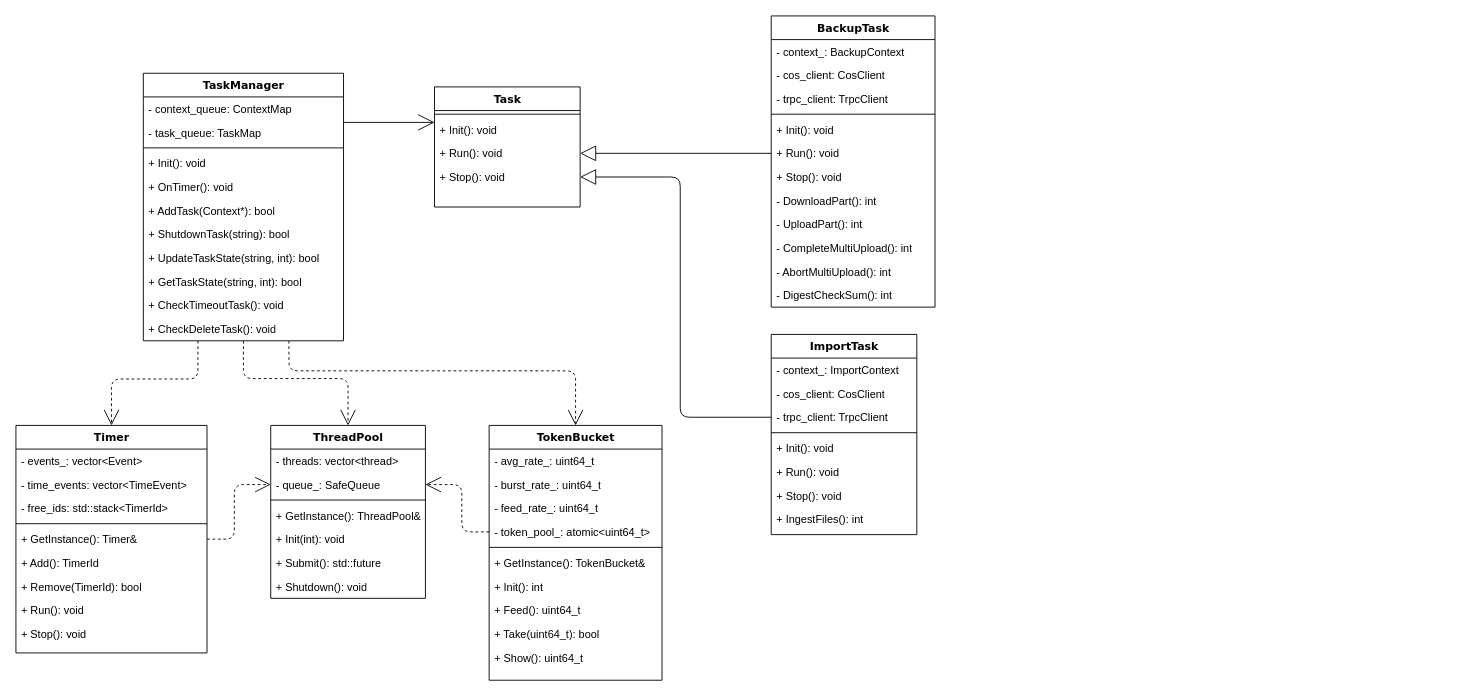
Before: Untitled Diagram.drawio in darrenyan/mcp-, a draw.io diagram. Source tidied: cells renumbered, new cells numbered last; positions are measured from the earlier drawing's top-left corner, leaving out a move shared by most shapes. Both pictures are drawn from the tidied source at 91%, with x=0, y=0 at pixel (15, 15).
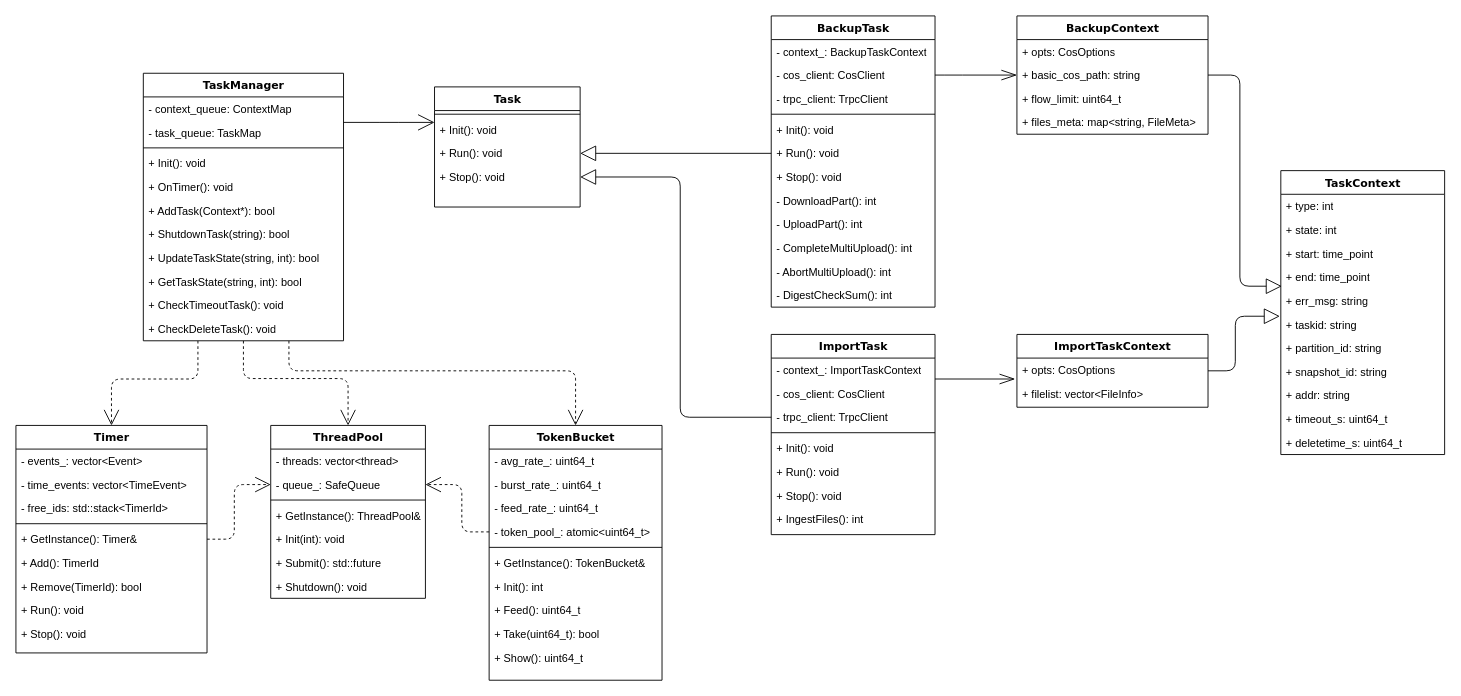
The same diagram, later.

The change refers to these unchanged cells:
```xml
<mxCell id="39" value="BackupTask" style="swimlane;html=1;fontStyle=1;align=center;verticalAlign=top;horizontal=1;startSize=26;swimlaneFillColor=#ffffff;rounded=0;shadow=0;comic=0;labelBackgroundColor=none;strokeWidth=1;fillColor=none;fontFamily=Verdana;fontSize=12;" parent="1" vertex="1">
  <mxGeometry x="830" width="180" height="320" as="geometry" />
</mxCell>
```

Diff of the diagram source:
```diff
@@
     <mxCell id="30" value="ImportTask" style="swimlane;html=1;fontStyle=1;align=center;verticalAlign=top;horizontal=1;startSize=26;swimlaneFillColor=#ffffff;rounded=0;shadow=0;comic=0;labelBackgroundColor=none;strokeWidth=1;fillColor=none;fontFamily=Verdana;fontSize=12;" parent="1" vertex="1">
-      <mxGeometry x="830" y="350" width="160" height="220" as="geometry" />
+      <mxGeometry x="830" y="350" width="180" height="220" as="geometry" />
     </mxCell>
-    <mxCell id="31" value="- context_: ImportContext" style="text;html=1;strokeColor=none;fillColor=none;align=left;verticalAlign=top;spacingLeft=4;spacingRight=4;whiteSpace=wrap;overflow=hidden;" parent="30" vertex="1">
-      <mxGeometry y="26" width="160" height="26" as="geometry" />
+    <mxCell id="31" value="- context_: ImportTaskContext" style="text;html=1;strokeColor=none;fillColor=none;align=left;verticalAlign=top;spacingLeft=4;spacingRight=4;whiteSpace=wrap;overflow=hidden;" parent="30" vertex="1">
+      <mxGeometry y="26" width="180" height="26" as="geometry" />
     </mxCell>
     <mxCell id="32" value="- cos_client: CosClient" style="text;html=1;strokeColor=none;fillColor=none;align=left;verticalAlign=top;spacingLeft=4;spacingRight=4;whiteSpace=wrap;overflow=hidden;" parent="30" vertex="1">
-      <mxGeometry y="52" width="160" height="26" as="geometry" />
+      <mxGeometry y="52" width="180" height="26" as="geometry" />
     </mxCell>
     <mxCell id="33" value="- trpc_client: TrpcClient" style="text;html=1;strokeColor=none;fillColor=none;align=left;verticalAlign=top;spacingLeft=4;spacingRight=4;whiteSpace=wrap;overflow=hidden;points=[[0,0.5],[1,0.5]];portConstraint=eastwest;" parent="30" vertex="1">
-      <mxGeometry y="78" width="160" height="26" as="geometry" />
+      <mxGeometry y="78" width="180" height="26" as="geometry" />
     </mxCell>
     <mxCell id="34" style="line;html=1;strokeWidth=1;fillColor=none;align=left;verticalAlign=middle;spacingTop=-1;spacingLeft=3;spacingRight=3;labelPosition=right;" parent="30" vertex="1">
-      <mxGeometry y="104" width="160" height="8" as="geometry" />
+      <mxGeometry y="104" width="180" height="8" as="geometry" />
     </mxCell>
     <mxCell id="35" value="+ Init(): void" style="text;html=1;strokeColor=none;fillColor=none;align=left;verticalAlign=top;spacingLeft=4;spacingRight=4;whiteSpace=wrap;overflow=hidden;" parent="30" vertex="1">
-      <mxGeometry y="112" width="160" height="26" as="geometry" />
+      <mxGeometry y="112" width="180" height="26" as="geometry" />
     </mxCell>
     <mxCell id="36" value="+ Run(): void" style="text;html=1;strokeColor=none;fillColor=none;align=left;verticalAlign=top;spacingLeft=4;spacingRight=4;whiteSpace=wrap;overflow=hidden;" parent="30" vertex="1">
-      <mxGeometry y="138" width="160" height="26" as="geometry" />
+      <mxGeometry y="138" width="180" height="26" as="geometry" />
     </mxCell>
     <mxCell id="37" value="+ Stop(): void" style="text;html=1;strokeColor=none;fillColor=none;align=left;verticalAlign=top;spacingLeft=4;spacingRight=4;whiteSpace=wrap;overflow=hidden;" parent="30" vertex="1">
-      <mxGeometry y="164" width="160" height="26" as="geometry" />
+      <mxGeometry y="164" width="180" height="26" as="geometry" />
     </mxCell>
     <mxCell id="38" value="+ IngestFiles(): int" style="text;html=1;strokeColor=none;fillColor=none;align=left;verticalAlign=top;spacingLeft=4;spacingRight=4;whiteSpace=wrap;overflow=hidden;" parent="30" vertex="1">
-      <mxGeometry y="190" width="160" height="26" as="geometry" />
+      <mxGeometry y="190" width="180" height="26" as="geometry" />
     </mxCell>
+    <mxCell id="78" style="edgeStyle=orthogonalEdgeStyle;rounded=1;sketch=0;jettySize=auto;html=1;shadow=0;endArrow=openThin;endFill=0;endSize=15;strokeWidth=1;" parent="1" edge="1" source="39" target="93">
+      <mxGeometry relative="1" as="geometry">
+        <Array as="points">
+          <mxPoint x="1030" y="65" />
+          <mxPoint x="1030" y="65" />
+        </Array>
+      </mxGeometry>
+    </mxCell>
@@
-    <mxCell id="40" value="- context_: BackupContext" style="text;html=1;strokeColor=none;fillColor=none;align=left;verticalAlign=top;spacingLeft=4;spacingRight=4;whiteSpace=wrap;overflow=hidden;" parent="39" vertex="1">
+    <mxCell id="40" value="- context_: BackupTaskContext" style="text;html=1;strokeColor=none;fillColor=none;align=left;verticalAlign=top;spacingLeft=4;spacingRight=4;whiteSpace=wrap;overflow=hidden;" parent="39" vertex="1">
       <mxGeometry y="26" width="180" height="26" as="geometry" />
     </mxCell>
@@
+    <mxCell id="79" value="TaskContext" style="swimlane;html=1;fontStyle=1;align=center;verticalAlign=top;horizontal=1;startSize=26;swimlaneFillColor=#ffffff;rounded=0;shadow=0;comic=0;labelBackgroundColor=none;strokeWidth=1;fillColor=none;fontFamily=Verdana;fontSize=12;" parent="1" vertex="1">
+      <mxGeometry x="1390" y="170" width="180" height="312" as="geometry" />
+    </mxCell>
+    <mxCell id="80" value="+ type: int" style="text;html=1;strokeColor=none;fillColor=none;align=left;verticalAlign=top;spacingLeft=4;spacingRight=4;whiteSpace=wrap;overflow=hidden;" parent="79" vertex="1">
+      <mxGeometry y="26" width="180" height="26" as="geometry" />
+    </mxCell>
+    <mxCell id="81" value="+ state: int" style="text;html=1;strokeColor=none;fillColor=none;align=left;verticalAlign=top;spacingLeft=4;spacingRight=4;whiteSpace=wrap;overflow=hidden;" parent="79" vertex="1">
+      <mxGeometry y="52" width="180" height="26" as="geometry" />
+    </mxCell>
+    <mxCell id="82" value="+ start: time_point" style="text;html=1;strokeColor=none;fillColor=none;align=left;verticalAlign=top;spacingLeft=4;spacingRight=4;whiteSpace=wrap;overflow=hidden;" parent="79" vertex="1">
+      <mxGeometry y="78" width="180" height="26" as="geometry" />
+    </mxCell>
+    <mxCell id="83" value="+ end: time_point" style="text;html=1;strokeColor=none;fillColor=none;align=left;verticalAlign=top;spacingLeft=4;spacingRight=4;whiteSpace=wrap;overflow=hidden;" parent="79" vertex="1">
+      <mxGeometry y="104" width="180" height="26" as="geometry" />
+    </mxCell>
+    <mxCell id="84" value="+ err_msg: string" style="text;html=1;strokeColor=none;fillColor=none;align=left;verticalAlign=top;spacingLeft=4;spacingRight=4;whiteSpace=wrap;overflow=hidden;points=[[0,0.5],[1,0.5]];portConstraint=eastwest;" parent="79" vertex="1">
+      <mxGeometry y="130" width="180" height="26" as="geometry" />
+    </mxCell>
+    <mxCell id="85" value="+ taskid: string" style="text;html=1;strokeColor=none;fillColor=none;align=left;verticalAlign=top;spacingLeft=4;spacingRight=4;whiteSpace=wrap;overflow=hidden;points=[[0,0.5],[1,0.5]];portConstraint=eastwest;" parent="79" vertex="1">
+      <mxGeometry y="156" width="180" height="26" as="geometry" />
+    </mxCell>
+    <mxCell id="86" value="+ partition_id: string" style="text;html=1;strokeColor=none;fillColor=none;align=left;verticalAlign=top;spacingLeft=4;spacingRight=4;whiteSpace=wrap;overflow=hidden;" parent="79" vertex="1">
+      <mxGeometry y="182" width="180" height="26" as="geometry" />
+    </mxCell>
+    <mxCell id="87" value="+ snapshot_id: string" style="text;html=1;strokeColor=none;fillColor=none;align=left;verticalAlign=top;spacingLeft=4;spacingRight=4;whiteSpace=wrap;overflow=hidden;" parent="79" vertex="1">
+      <mxGeometry y="208" width="180" height="26" as="geometry" />
+    </mxCell>
+    <mxCell id="88" value="+ addr: string" style="text;html=1;strokeColor=none;fillColor=none;align=left;verticalAlign=top;spacingLeft=4;spacingRight=4;whiteSpace=wrap;overflow=hidden;" parent="79" vertex="1">
+      <mxGeometry y="234" width="180" height="26" as="geometry" />
+    </mxCell>
+    <mxCell id="89" value="+ timeout_s: uint64_t" style="text;html=1;strokeColor=none;fillColor=none;align=left;verticalAlign=top;spacingLeft=4;spacingRight=4;whiteSpace=wrap;overflow=hidden;" parent="79" vertex="1">
+      <mxGeometry y="260" width="180" height="26" as="geometry" />
+    </mxCell>
+    <mxCell id="90" value="+ deletetime_s: uint64_t" style="text;html=1;strokeColor=none;fillColor=none;align=left;verticalAlign=top;spacingLeft=4;spacingRight=4;whiteSpace=wrap;overflow=hidden;" parent="79" vertex="1">
+      <mxGeometry y="286" width="180" height="22" as="geometry" />
+    </mxCell>
+    <mxCell id="91" value="BackupContext" style="swimlane;html=1;fontStyle=1;align=center;verticalAlign=top;horizontal=1;startSize=26;swimlaneFillColor=#ffffff;rounded=0;shadow=0;comic=0;labelBackgroundColor=none;strokeWidth=1;fillColor=none;fontFamily=Verdana;fontSize=12;" parent="1" vertex="1">
+      <mxGeometry x="1100" width="210" height="130" as="geometry" />
+    </mxCell>
+    <mxCell id="92" value="+ opts: CosOptions" style="text;html=1;strokeColor=none;fillColor=none;align=left;verticalAlign=top;spacingLeft=4;spacingRight=4;whiteSpace=wrap;overflow=hidden;" parent="91" vertex="1">
+      <mxGeometry y="26" width="210" height="26" as="geometry" />
+    </mxCell>
+    <mxCell id="93" value="+ basic_cos_path: string" style="text;html=1;strokeColor=none;fillColor=none;align=left;verticalAlign=top;spacingLeft=4;spacingRight=4;whiteSpace=wrap;overflow=hidden;points=[[0,0.5],[1,0.5]];portConstraint=eastwest;" parent="91" vertex="1">
+      <mxGeometry y="52" width="210" height="26" as="geometry" />
+    </mxCell>
+    <mxCell id="94" value="+ flow_limit: uint64_t" style="text;html=1;strokeColor=none;fillColor=none;align=left;verticalAlign=top;spacingLeft=4;spacingRight=4;whiteSpace=wrap;overflow=hidden;" parent="91" vertex="1">
+      <mxGeometry y="78" width="210" height="26" as="geometry" />
+    </mxCell>
+    <mxCell id="95" value="+ files_meta: map&amp;lt;string, FileMeta&amp;gt;" style="text;html=1;strokeColor=none;fillColor=none;align=left;verticalAlign=top;spacingLeft=4;spacingRight=4;whiteSpace=wrap;overflow=hidden;" parent="91" vertex="1">
+      <mxGeometry y="104" width="210" height="26" as="geometry" />
+    </mxCell>
+    <mxCell id="96" style="edgeStyle=orthogonalEdgeStyle;rounded=1;sketch=0;jettySize=auto;html=1;entryX=-0.006;entryY=0.154;entryDx=0;entryDy=0;entryPerimeter=0;shadow=0;endArrow=block;endFill=0;endSize=15;strokeWidth=1;" parent="1" edge="1" source="97" target="85">
+      <mxGeometry relative="1" as="geometry">
+        <Array as="points">
+          <mxPoint x="1340" y="390" />
+          <mxPoint x="1340" y="330" />
+        </Array>
+      </mxGeometry>
+    </mxCell>
+    <mxCell id="97" value="ImportTaskContext" style="swimlane;html=1;fontStyle=1;align=center;verticalAlign=top;horizontal=1;startSize=26;swimlaneFillColor=#ffffff;rounded=0;shadow=0;comic=0;labelBackgroundColor=none;strokeWidth=1;fillColor=none;fontFamily=Verdana;fontSize=12;" parent="1" vertex="1">
+      <mxGeometry x="1100" y="350" width="210" height="80" as="geometry" />
+    </mxCell>
+    <mxCell id="98" value="+ opts: CosOptions" style="text;html=1;strokeColor=none;fillColor=none;align=left;verticalAlign=top;spacingLeft=4;spacingRight=4;whiteSpace=wrap;overflow=hidden;" parent="97" vertex="1">
+      <mxGeometry y="26" width="210" height="26" as="geometry" />
+    </mxCell>
+    <mxCell id="99" value="+ filelist: vector&amp;lt;FileInfo&amp;gt;" style="text;html=1;strokeColor=none;fillColor=none;align=left;verticalAlign=top;spacingLeft=4;spacingRight=4;whiteSpace=wrap;overflow=hidden;" parent="97" vertex="1">
+      <mxGeometry y="52" width="210" height="26" as="geometry" />
+    </mxCell>
+    <mxCell id="100" style="edgeStyle=orthogonalEdgeStyle;rounded=1;sketch=0;jettySize=auto;html=1;entryX=0.006;entryY=-0.115;entryDx=0;entryDy=0;entryPerimeter=0;shadow=0;endArrow=block;endFill=0;endSize=15;strokeWidth=1;" parent="1" edge="1" source="93" target="84">
+      <mxGeometry relative="1" as="geometry" />
+    </mxCell>
+    <mxCell id="101" style="edgeStyle=orthogonalEdgeStyle;rounded=1;sketch=0;orthogonalLoop=1;jettySize=auto;html=1;shadow=0;endArrow=openThin;endFill=0;endSize=15;strokeWidth=1;" parent="1" edge="1">
+      <mxGeometry relative="1" as="geometry">
+        <mxPoint x="1010" y="399" as="sourcePoint" />
+        <mxPoint x="1098" y="399" as="targetPoint" />
+        <Array as="points">
+          <mxPoint x="1010" y="399" />
+        </Array>
+      </mxGeometry>
+    </mxCell>
```
